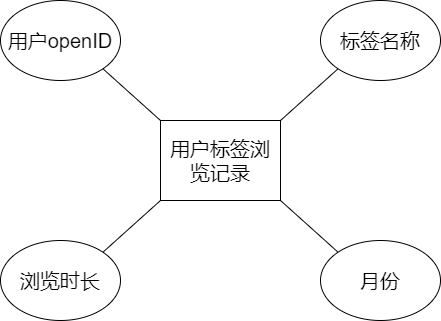
This is database-er/table.browse-label.drawio.png from Jater0/Graduation, a draw.io export, as it was before one commit. Source tidied: cells renumbered, new cells last; positions are measured from the earlier drawing's top-left corner, leaving out a move shared by most shapes.
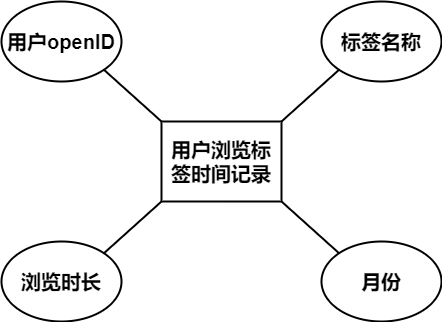
Later version of the same file.

Diff of the diagram source:
```diff
@@ -2,31 +2,31 @@
   <root>
     <mxCell id="0" />
     <mxCell id="1" parent="0" />
-    <mxCell id="2" value="用户标签浏览记录" style="rounded=0;whiteSpace=wrap;html=1;fontSize=20;" parent="1" vertex="1">
+    <mxCell id="2" value="用户浏览标签时间记录" style="rounded=0;whiteSpace=wrap;html=1;fontSize=20;fontStyle=1;strokeWidth=2;" parent="1" vertex="1">
       <mxGeometry x="160" y="120" width="120" height="80" as="geometry" />
     </mxCell>
-    <mxCell id="3" value="用户openID" style="ellipse;whiteSpace=wrap;html=1;fontSize=20;" parent="1" vertex="1">
+    <mxCell id="3" value="用户openID" style="ellipse;whiteSpace=wrap;html=1;fontSize=20;fontStyle=1;strokeWidth=2;" parent="1" vertex="1">
       <mxGeometry width="120" height="80" as="geometry" />
     </mxCell>
-    <mxCell id="4" value="标签名称" style="ellipse;whiteSpace=wrap;html=1;fontSize=20;" parent="1" vertex="1">
+    <mxCell id="4" value="标签名称" style="ellipse;whiteSpace=wrap;html=1;fontSize=20;fontStyle=1;strokeWidth=2;" parent="1" vertex="1">
       <mxGeometry x="320" width="120" height="80" as="geometry" />
     </mxCell>
-    <mxCell id="5" value="浏览时长" style="ellipse;whiteSpace=wrap;html=1;fontSize=20;" parent="1" vertex="1">
+    <mxCell id="5" value="浏览时长" style="ellipse;whiteSpace=wrap;html=1;fontSize=20;fontStyle=1;strokeWidth=2;" parent="1" vertex="1">
       <mxGeometry y="240" width="120" height="80" as="geometry" />
     </mxCell>
-    <mxCell id="6" style="endArrow=none;html=1;fontSize=20;entryX=0;entryY=1;entryDx=0;entryDy=0;exitX=1;exitY=0;exitDx=0;exitDy=0;" parent="1" edge="1" source="2" target="4">
+    <mxCell id="6" style="endArrow=none;html=1;fontSize=20;entryX=0;entryY=1;entryDx=0;entryDy=0;exitX=1;exitY=0;exitDx=0;exitDy=0;fontStyle=1;strokeWidth=2;" parent="1" edge="1" source="2" target="4">
       <mxGeometry relative="1" as="geometry" />
     </mxCell>
-    <mxCell id="7" style="endArrow=none;html=1;fontSize=20;entryX=0;entryY=1;entryDx=0;entryDy=0;exitX=1;exitY=0;exitDx=0;exitDy=0;" parent="1" edge="1" source="5" target="2">
+    <mxCell id="7" style="endArrow=none;html=1;fontSize=20;entryX=0;entryY=1;entryDx=0;entryDy=0;exitX=1;exitY=0;exitDx=0;exitDy=0;fontStyle=1;strokeWidth=2;" parent="1" edge="1" source="5" target="2">
       <mxGeometry relative="1" as="geometry" />
     </mxCell>
-    <mxCell id="8" style="endArrow=none;html=1;fontSize=20;entryX=1;entryY=1;entryDx=0;entryDy=0;exitX=0;exitY=0;exitDx=0;exitDy=0;" parent="1" edge="1" source="2" target="3">
+    <mxCell id="8" style="endArrow=none;html=1;fontSize=20;entryX=1;entryY=1;entryDx=0;entryDy=0;exitX=0;exitY=0;exitDx=0;exitDy=0;fontStyle=1;strokeWidth=2;" parent="1" edge="1" source="2" target="3">
       <mxGeometry relative="1" as="geometry" />
     </mxCell>
-    <mxCell id="9" value="月份" style="ellipse;whiteSpace=wrap;html=1;fontSize=20;" parent="1" vertex="1">
+    <mxCell id="9" value="月份" style="ellipse;whiteSpace=wrap;html=1;fontSize=20;fontStyle=1;strokeWidth=2;" parent="1" vertex="1">
       <mxGeometry x="320" y="240" width="120" height="80" as="geometry" />
     </mxCell>
-    <mxCell id="10" style="endArrow=none;html=1;fontSize=20;entryX=0;entryY=0;entryDx=0;entryDy=0;exitX=1;exitY=1;exitDx=0;exitDy=0;" parent="1" edge="1" source="2" target="9">
+    <mxCell id="10" style="endArrow=none;html=1;fontSize=20;entryX=0;entryY=0;entryDx=0;entryDy=0;exitX=1;exitY=1;exitDx=0;exitDy=0;fontStyle=1;strokeWidth=2;" parent="1" edge="1" source="2" target="9">
       <mxGeometry relative="1" as="geometry" />
     </mxCell>
   </root>
```
